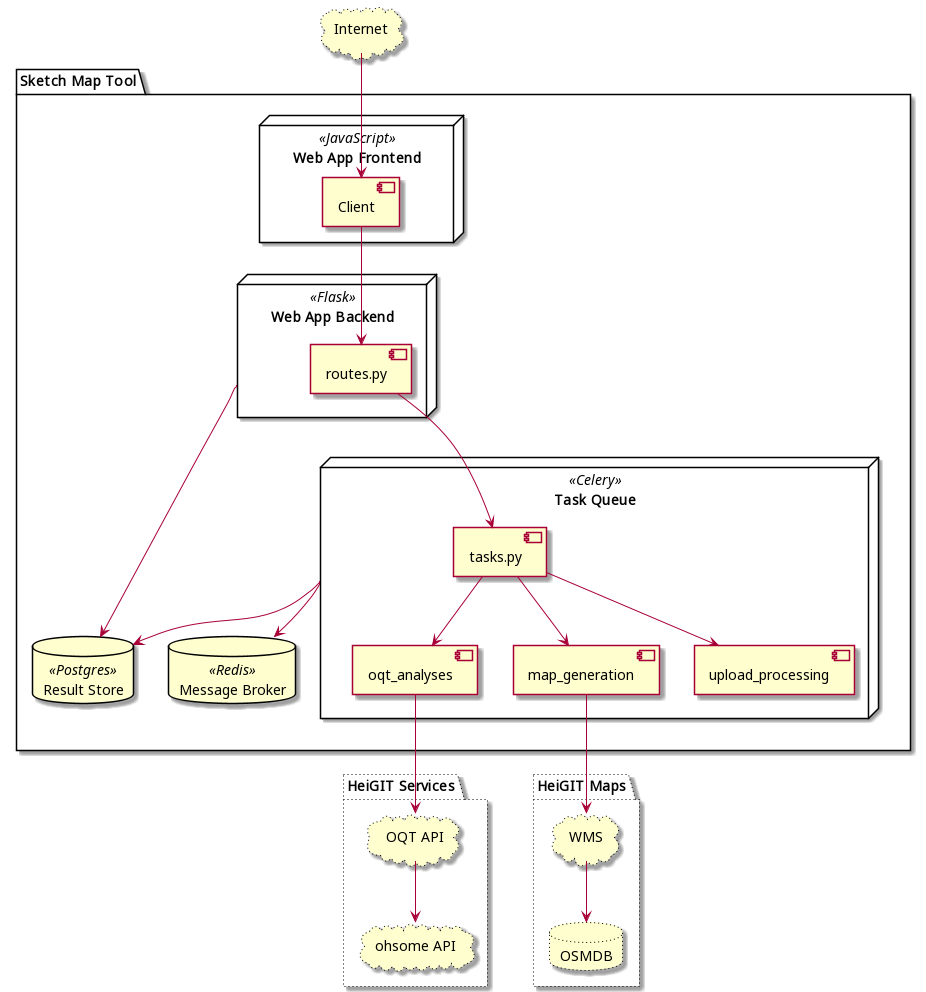
Above: docs/component-diagram.png in GIScience/sketch-map-tool (PlantUML), before the change.
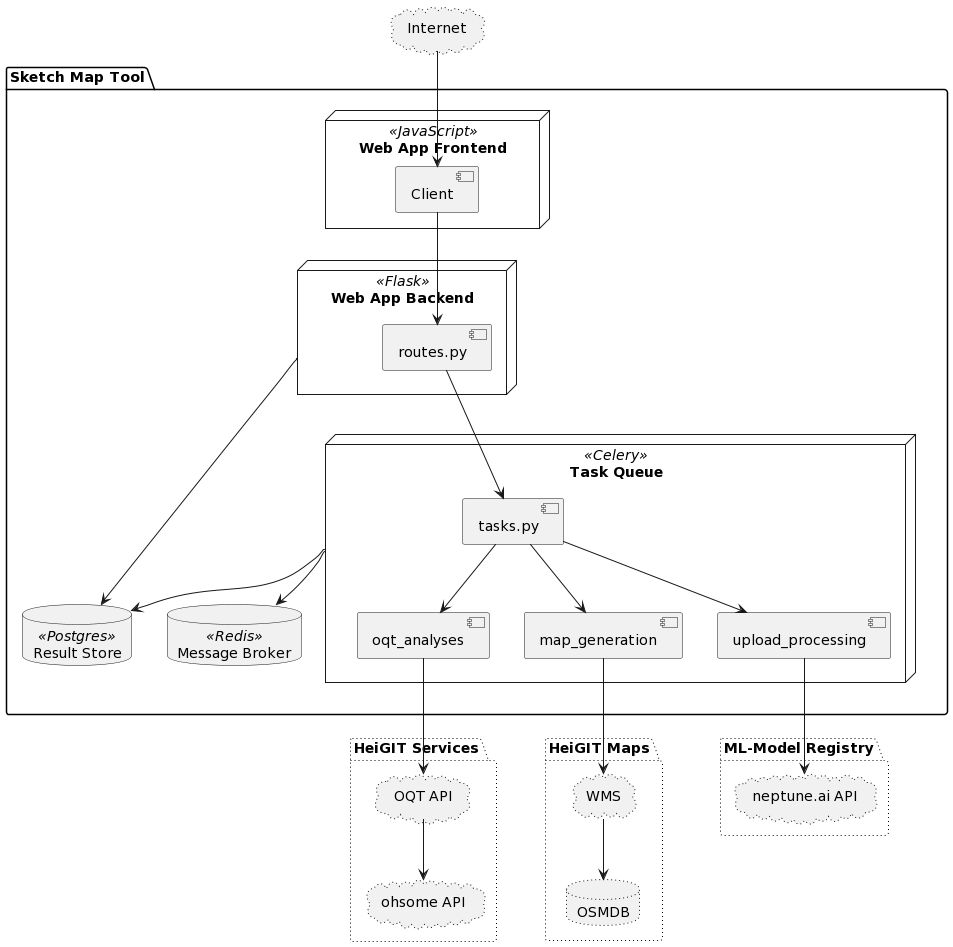
Later version of the same file.

Commit message:
docs: update component diagram

Diff of the diagram source:
```diff
@@ -41,6 +41,10 @@
     cloud ohsome as "ohsome API" #line.dotted
 }
 
+package "ML-Model Registry" #line.dotted {
+    cloud neptune as "neptune.ai API" #line.dotted
+}
+
 internet --> client
 
 map_generation --> wms
@@ -49,4 +53,5 @@
 oqt_analyses --> oqt
 oqt --> ohsome
 
+upload_processing --> neptune
 @enduml
```
